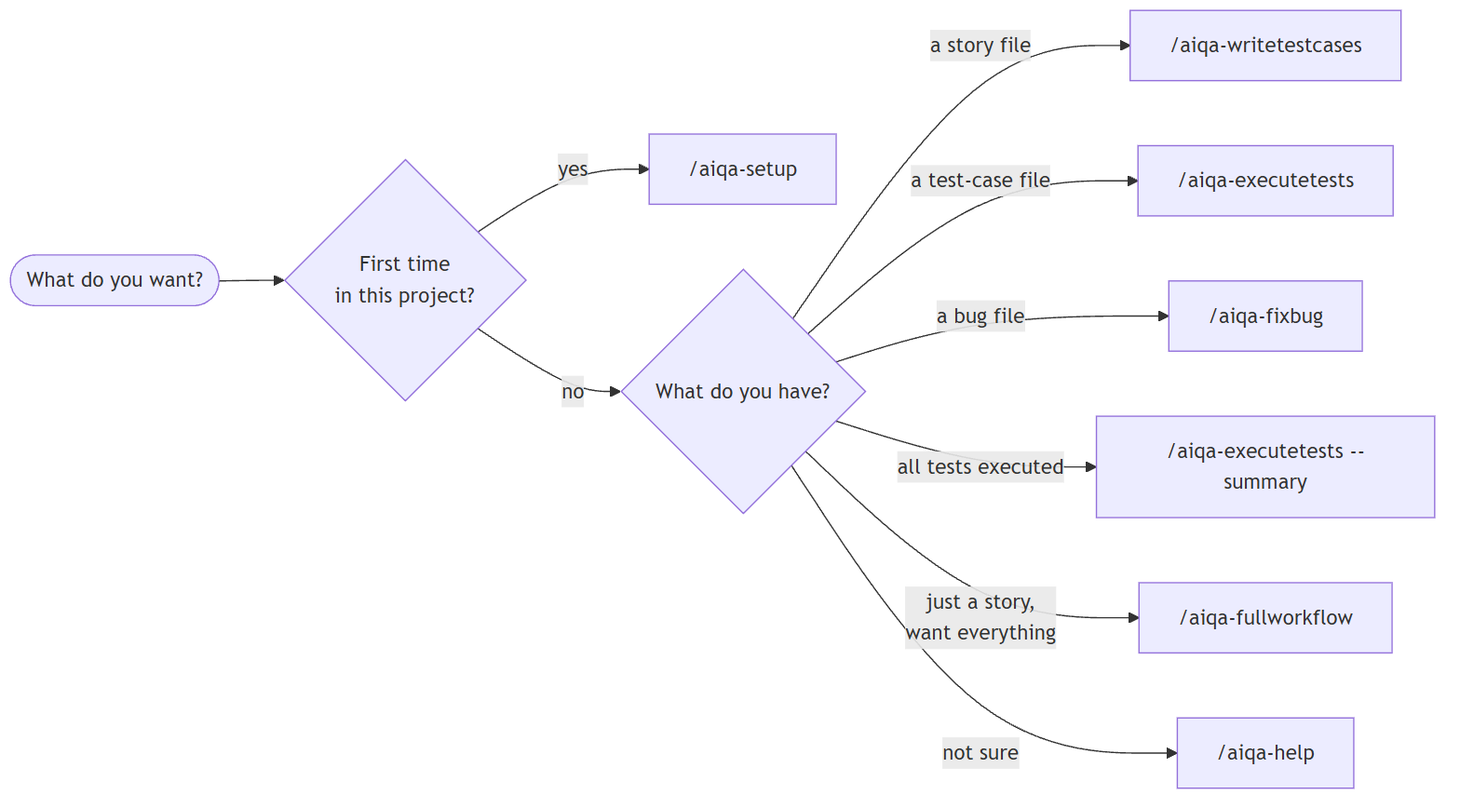
Earlier version of the Mermaid export docs/diagrams/which-command.png (afmelwekeel/AI-QA-Framework). Its source is kept beside it as docs/diagrams/which-command.mmd. The source it was exported from:
```mermaid
flowchart LR
    Start([What do you want?]) --> N{First time<br/>in this project?}
    N -->|yes| A["/aiqa-setup"]
    N -->|no| B{What do you have?}
    B -->|a story file| C["/aiqa-writetestcases"]
    B -->|a test-case file| D["/aiqa-executetests"]
    B -->|a bug file| E["/aiqa-fixbug"]
    B -->|all tests executed| F["/aiqa-executetests --summary"]
    B -->|just a story,<br/>want everything| G["/aiqa-fullworkflow"]
    B -->|not sure| H["/aiqa-help"]
```
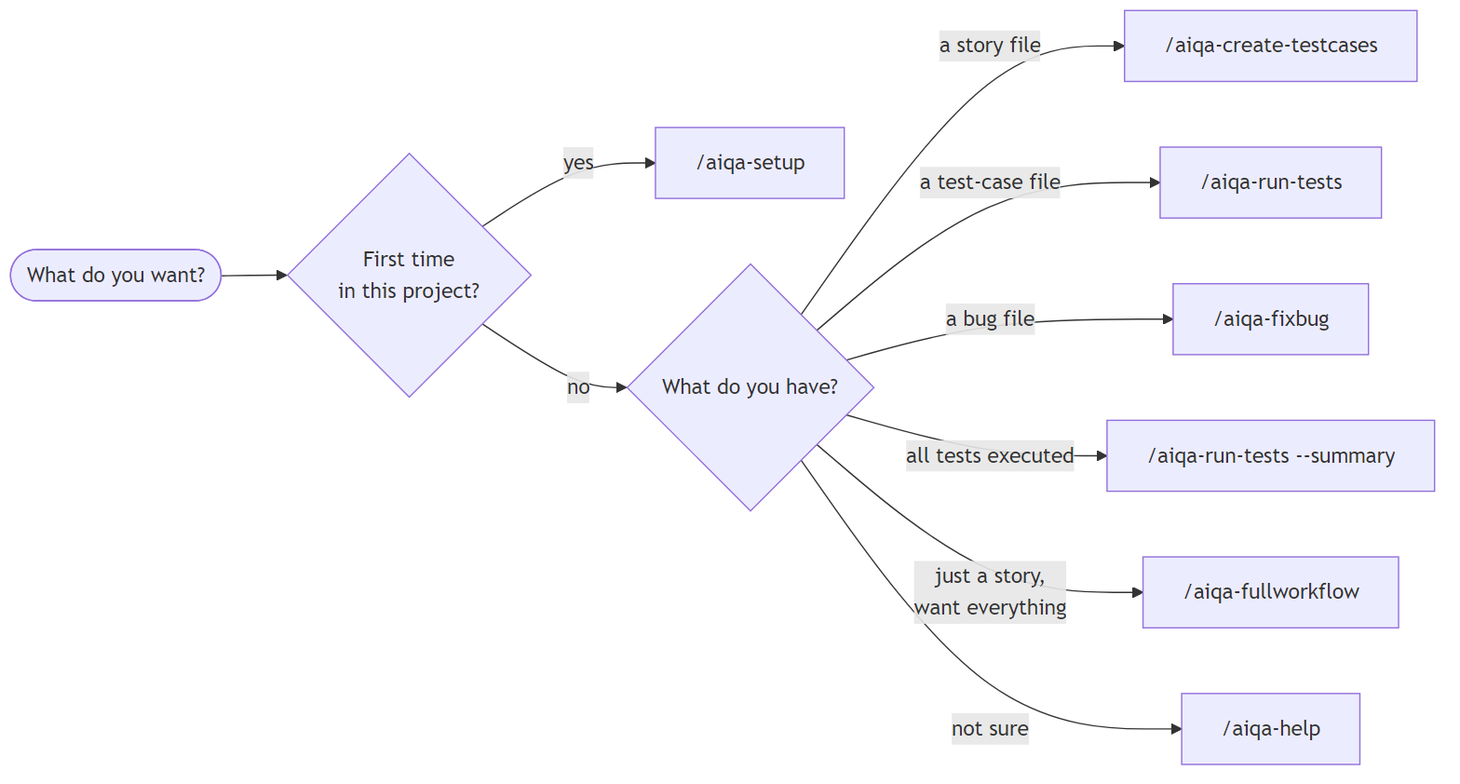
The same diagram one commit later.

What changed in the source:
```diff
@@ -2,9 +2,9 @@
     Start([What do you want?]) --> N{First time<br/>in this project?}
     N -->|yes| A["/aiqa-setup"]
     N -->|no| B{What do you have?}
-    B -->|a story file| C["/aiqa-writetestcases"]
-    B -->|a test-case file| D["/aiqa-executetests"]
+    B -->|a story file| C["/aiqa-create-testcases"]
+    B -->|a test-case file| D["/aiqa-run-tests"]
     B -->|a bug file| E["/aiqa-fixbug"]
-    B -->|all tests executed| F["/aiqa-executetests --summary"]
+    B -->|all tests executed| F["/aiqa-run-tests --summary"]
     B -->|just a story,<br/>want everything| G["/aiqa-fullworkflow"]
     B -->|not sure| H["/aiqa-help"]
```
